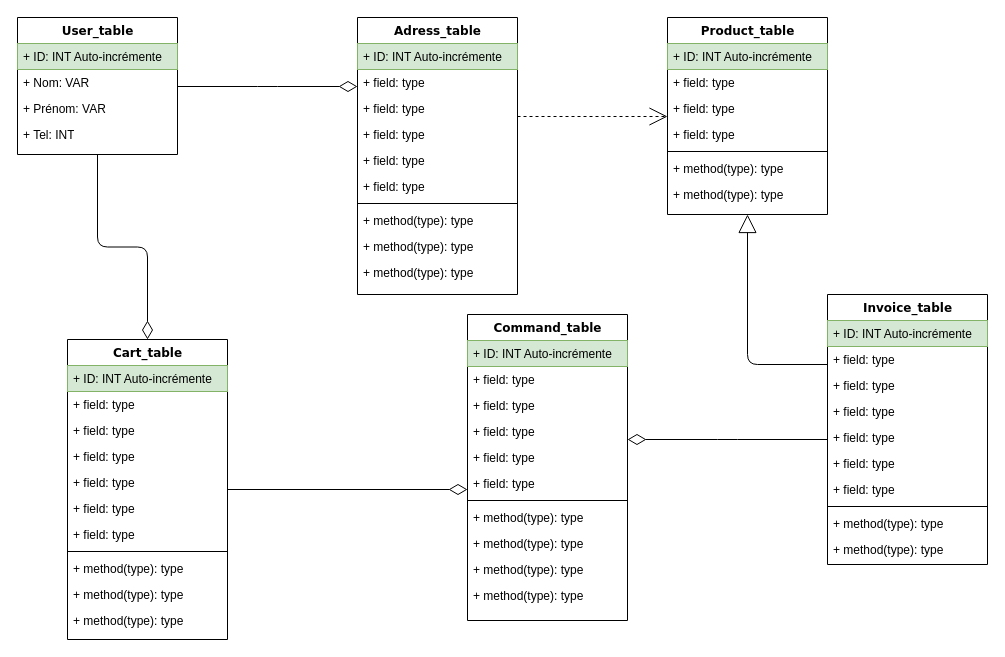
Earlier version of the draw.io diagram E-commerce.drawio (net2315/e-commerce-SQL). Source tidied: cells renumbered, new cells numbered last; positions are measured from the earlier drawing's top-left corner, leaving out a move shared by most shapes. Both pictures are drawn from the tidied source at 100%, with x=0, y=0 at pixel (17, 17).
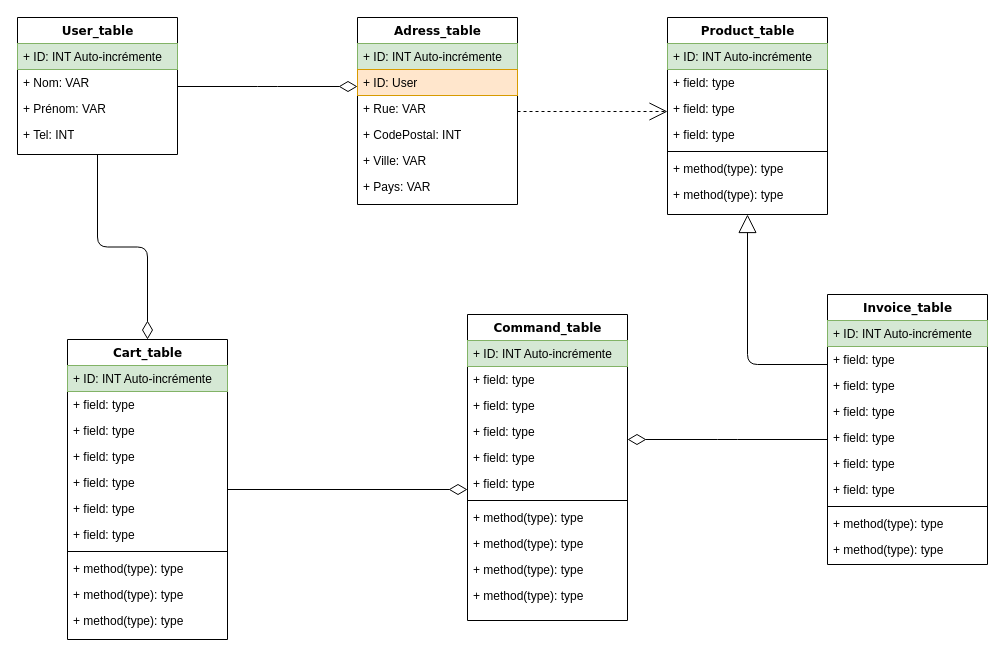
Above is the later version.

Commit message:
Mettre à jour Adress

The edit, as a diff of the source:
```diff
@@
     <mxCell id="9" value="Adress_table" style="swimlane;html=1;fontStyle=1;align=center;verticalAlign=top;horizontal=1;startSize=26;swimlaneFillColor=#ffffff;rounded=0;shadow=0;comic=0;labelBackgroundColor=none;strokeWidth=1;fillColor=none;fontFamily=Verdana;fontSize=12;" parent="1" vertex="1">
-      <mxGeometry x="340" width="160" height="277" as="geometry" />
+      <mxGeometry x="340" width="160" height="187" as="geometry" />
     </mxCell>
@@
-    <mxCell id="11" value="+ field: type" style="text;html=1;strokeColor=none;fillColor=none;align=left;verticalAlign=top;spacingLeft=4;spacingRight=4;whiteSpace=wrap;overflow=hidden;" parent="9" vertex="1">
+    <mxCell id="11" value="+ ID: User" style="text;html=1;strokeColor=#d79b00;fillColor=#ffe6cc;align=left;verticalAlign=top;spacingLeft=4;spacingRight=4;whiteSpace=wrap;overflow=hidden;" parent="9" vertex="1">
       <mxGeometry y="52" width="160" height="26" as="geometry" />
     </mxCell>
-    <mxCell id="12" value="+ field: type" style="text;html=1;strokeColor=none;fillColor=none;align=left;verticalAlign=top;spacingLeft=4;spacingRight=4;whiteSpace=wrap;overflow=hidden;" parent="9" vertex="1">
+    <mxCell id="12" value="+ Rue: VAR" style="text;html=1;strokeColor=none;fillColor=none;align=left;verticalAlign=top;spacingLeft=4;spacingRight=4;whiteSpace=wrap;overflow=hidden;" parent="9" vertex="1">
       <mxGeometry y="78" width="160" height="26" as="geometry" />
     </mxCell>
-    <mxCell id="13" value="+ field: type" style="text;html=1;strokeColor=none;fillColor=none;align=left;verticalAlign=top;spacingLeft=4;spacingRight=4;whiteSpace=wrap;overflow=hidden;" parent="9" vertex="1">
+    <mxCell id="13" value="+ CodePostal: INT" style="text;html=1;strokeColor=none;fillColor=none;align=left;verticalAlign=top;spacingLeft=4;spacingRight=4;whiteSpace=wrap;overflow=hidden;" parent="9" vertex="1">
       <mxGeometry y="104" width="160" height="26" as="geometry" />
     </mxCell>
-    <mxCell id="14" value="+ field: type" style="text;html=1;strokeColor=none;fillColor=none;align=left;verticalAlign=top;spacingLeft=4;spacingRight=4;whiteSpace=wrap;overflow=hidden;" parent="9" vertex="1">
+    <mxCell id="14" value="+ Ville: VAR" style="text;html=1;strokeColor=none;fillColor=none;align=left;verticalAlign=top;spacingLeft=4;spacingRight=4;whiteSpace=wrap;overflow=hidden;" parent="9" vertex="1">
       <mxGeometry y="130" width="160" height="26" as="geometry" />
     </mxCell>
-    <mxCell id="15" value="+ field: type" style="text;html=1;strokeColor=none;fillColor=none;align=left;verticalAlign=top;spacingLeft=4;spacingRight=4;whiteSpace=wrap;overflow=hidden;" parent="9" vertex="1">
+    <mxCell id="15" value="+ Pays: VAR" style="text;html=1;strokeColor=none;fillColor=none;align=left;verticalAlign=top;spacingLeft=4;spacingRight=4;whiteSpace=wrap;overflow=hidden;" parent="9" vertex="1">
       <mxGeometry y="156" width="160" height="26" as="geometry" />
     </mxCell>
-    <mxCell id="16" style="line;html=1;strokeWidth=1;fillColor=none;align=left;verticalAlign=middle;spacingTop=-1;spacingLeft=3;spacingRight=3;labelPosition=right;" parent="9" vertex="1">
-      <mxGeometry y="182" width="160" height="8" as="geometry" />
-    </mxCell>
-    <mxCell id="17" value="+ method(type): type" style="text;html=1;strokeColor=none;fillColor=none;align=left;verticalAlign=top;spacingLeft=4;spacingRight=4;whiteSpace=wrap;overflow=hidden;" parent="9" vertex="1">
-      <mxGeometry y="190" width="160" height="26" as="geometry" />
-    </mxCell>
-    <mxCell id="18" value="+ method(type): type" style="text;html=1;strokeColor=none;fillColor=none;align=left;verticalAlign=top;spacingLeft=4;spacingRight=4;whiteSpace=wrap;overflow=hidden;" parent="9" vertex="1">
-      <mxGeometry y="216" width="160" height="26" as="geometry" />
-    </mxCell>
-    <mxCell id="19" value="+ method(type): type" style="text;html=1;strokeColor=none;fillColor=none;align=left;verticalAlign=top;spacingLeft=4;spacingRight=4;whiteSpace=wrap;overflow=hidden;" parent="9" vertex="1">
-      <mxGeometry y="242" width="160" height="26" as="geometry" />
-    </mxCell>
```
